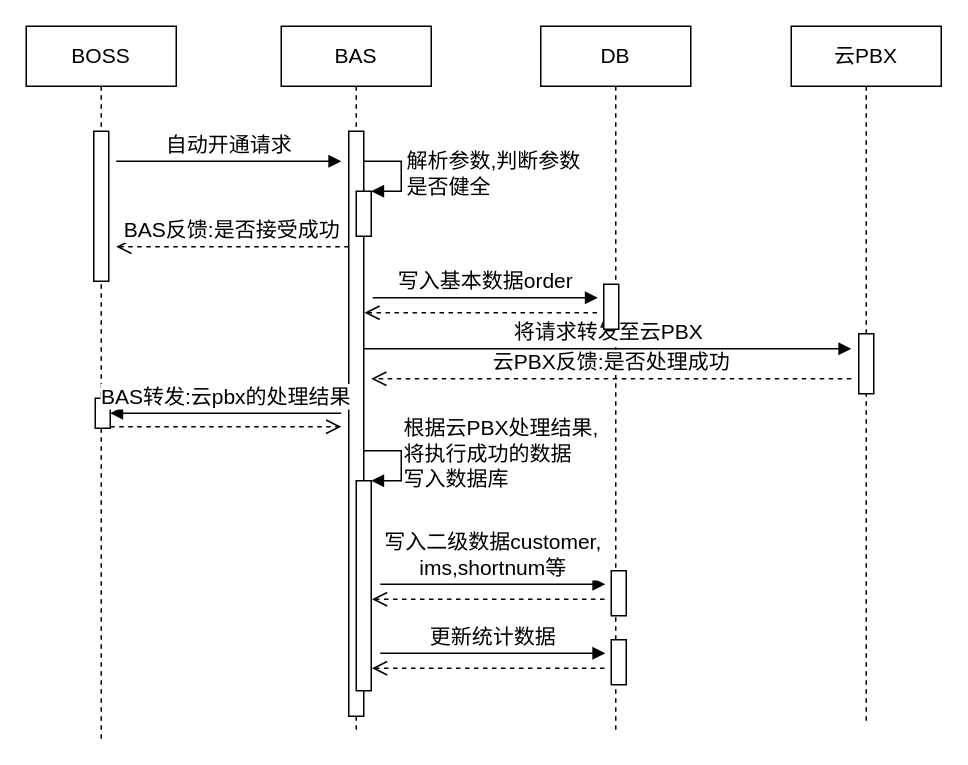
Earlier version of the draw.io diagram BAS/sequence-interaction.drawio (waterwatermelon/graph). Source tidied: cells renumbered, new cells numbered last; positions are measured from the earlier drawing's top-left corner, leaving out a move shared by most shapes. Both pictures are drawn from the tidied source at 150%, with x=0, y=0 at pixel (26, 26).
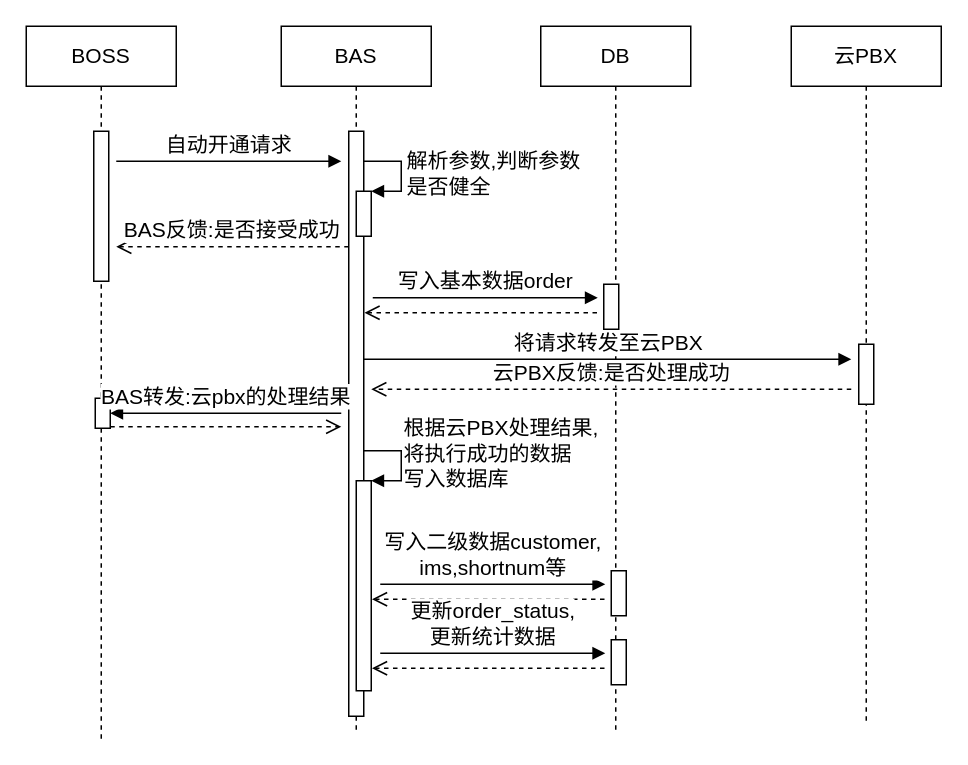
After the change.

The change refers to these unchanged cells:
```xml
<mxCell id="8" value="云PBX" style="shape=umlLifeline;perimeter=lifelinePerimeter;whiteSpace=wrap;html=1;fontSize=14;" parent="1" vertex="1">
  <mxGeometry x="510" width="100" height="465" as="geometry" />
</mxCell>
```

What changed in the source:
```diff
@@
     <mxCell id="9" style="html=1;perimeter=orthogonalPerimeter;fontSize=14;" parent="8" vertex="1">
-      <mxGeometry x="45" y="205" width="10" height="40" as="geometry" />
+      <mxGeometry x="45" y="212" width="10" height="40" as="geometry" />
     </mxCell>
@@
     <mxCell id="14" value="云PBX反馈:是否处理成功" style="html=1;verticalAlign=bottom;endArrow=open;dashed=1;endSize=8;fontSize=14;" parent="1" edge="1">
       <mxGeometry relative="1" as="geometry">
-        <mxPoint x="550" y="235" as="sourcePoint" />
-        <mxPoint x="230" y="235" as="targetPoint" />
+        <mxPoint x="550" y="242" as="sourcePoint" />
+        <mxPoint x="230" y="242" as="targetPoint" />
       </mxGeometry>
     </mxCell>
     <mxCell id="15" value="将请求转发至云PBX" style="html=1;verticalAlign=bottom;endArrow=block;fontSize=14;" parent="1" edge="1">
       <mxGeometry relative="1" as="geometry">
-        <mxPoint x="225" y="215" as="sourcePoint" />
-        <mxPoint x="550" y="215" as="targetPoint" />
+        <mxPoint x="225" y="222" as="sourcePoint" />
+        <mxPoint x="550" y="222" as="targetPoint" />
       </mxGeometry>
     </mxCell>
@@
-    <mxCell id="25" value="更新统计数据" style="html=1;verticalAlign=bottom;endArrow=block;fontSize=14;" parent="1" edge="1">
+    <mxCell id="25" value="更新order_status,&lt;br&gt;更新统计数据" style="html=1;verticalAlign=bottom;endArrow=block;fontSize=14;" parent="1" edge="1">
       <mxGeometry relative="1" as="geometry">
         <mxPoint x="236" y="418" as="sourcePoint" />
         <mxPoint x="386" y="418" as="targetPoint" />
       </mxGeometry>
     </mxCell>
```
